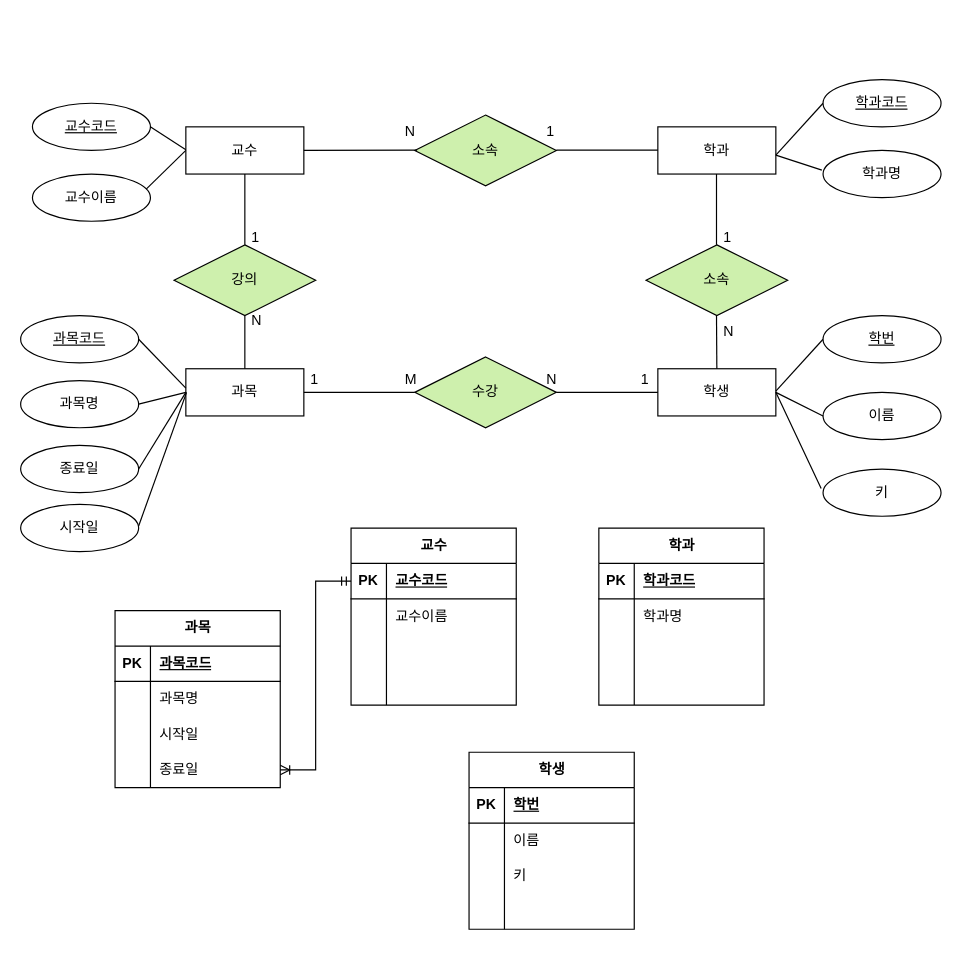
This is page "페이지-2" (2 of 2) of product.drawio from Jungkyuwonnn/bigdata, a draw.io file, before an edit. Source tidied: cells renumbered, new cells numbered last; positions are measured from the earlier drawing's top-left corner, leaving out a move shared by most shapes. Both pictures are drawn from the tidied source at 118%, with x=0, y=0 at pixel (20, 79).
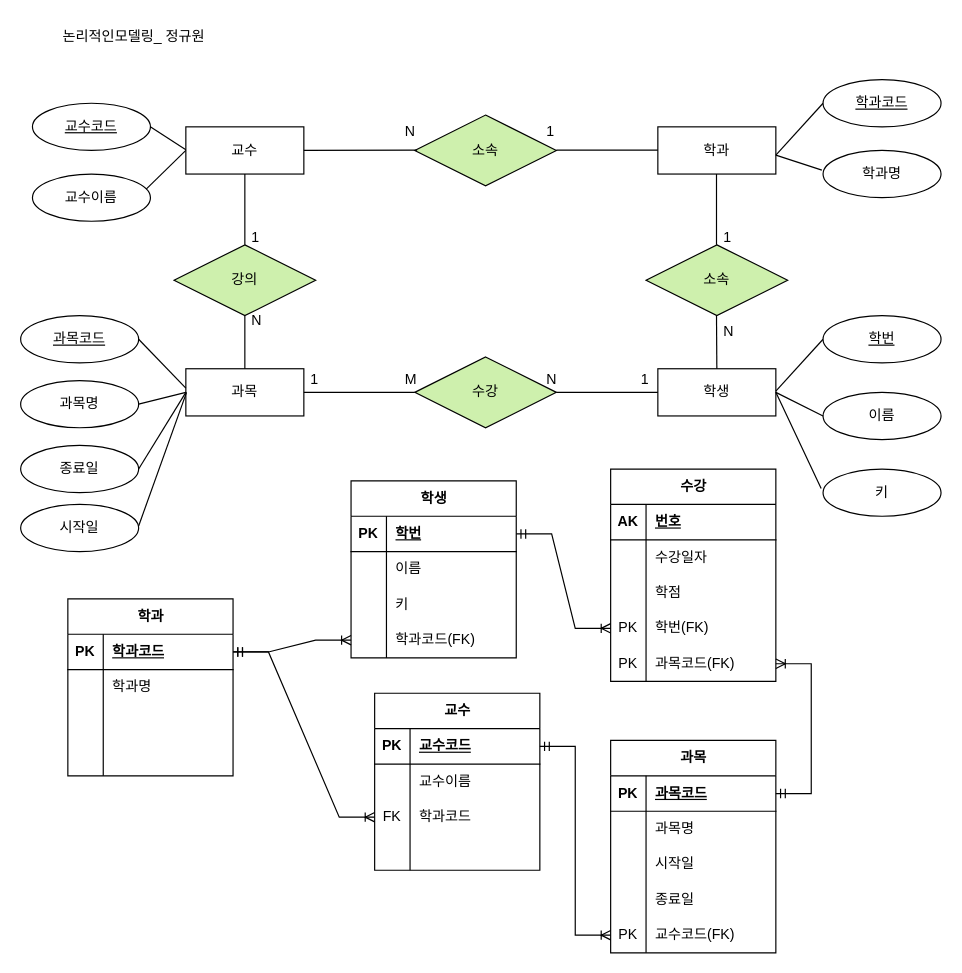
After the change.

Unchanged cells that the change refers to:
```xml
<mxCell id="51" style="shape=tableRow;horizontal=0;startSize=0;swimlaneHead=0;swimlaneBody=0;fillColor=none;points=[[0,0.5],[1,0.5]];portConstraint=eastwest;top=0;left=0;right=0;bottom=1;" parent="50" vertex="1">
  <mxGeometry y="30" width="140" height="30" as="geometry" />
</mxCell>
<mxCell id="57" style="shape=tableRow;horizontal=0;startSize=0;swimlaneHead=0;swimlaneBody=0;fillColor=none;points=[[0,0.5],[1,0.5]];portConstraint=eastwest;top=0;left=0;right=0;bottom=0;" parent="50" vertex="1">
  <mxGeometry y="90" width="140" height="30" as="geometry" />
</mxCell>
<mxCell id="64" style="shape=tableRow;horizontal=0;startSize=0;swimlaneHead=0;swimlaneBody=0;fillColor=none;points=[[0,0.5],[1,0.5]];portConstraint=eastwest;top=0;left=0;right=0;bottom=1;" parent="63" vertex="1">
  <mxGeometry y="30" width="140" height="30" as="geometry" />
</mxCell>
<mxCell id="77" style="shape=tableRow;horizontal=0;startSize=0;swimlaneHead=0;swimlaneBody=0;fillColor=none;points=[[0,0.5],[1,0.5]];portConstraint=eastwest;top=0;left=0;right=0;bottom=1;" parent="76" vertex="1">
  <mxGeometry y="30" width="140" height="30" as="geometry" />
</mxCell>
<mxCell id="86" style="shape=tableRow;horizontal=0;startSize=0;swimlaneHead=0;swimlaneBody=0;fillColor=none;points=[[0,0.5],[1,0.5]];portConstraint=eastwest;top=0;left=0;right=0;bottom=0;" parent="76" vertex="1">
  <mxGeometry y="120" width="140" height="30" as="geometry" />
</mxCell>
<mxCell id="90" style="shape=tableRow;horizontal=0;startSize=0;swimlaneHead=0;swimlaneBody=0;fillColor=none;points=[[0,0.5],[1,0.5]];portConstraint=eastwest;top=0;left=0;right=0;bottom=1;" parent="89" vertex="1">
  <mxGeometry y="30" width="140" height="30" as="geometry" />
</mxCell>
<mxCell id="99" style="shape=tableRow;horizontal=0;startSize=0;swimlaneHead=0;swimlaneBody=0;fillColor=none;points=[[0,0.5],[1,0.5]];portConstraint=eastwest;top=0;left=0;right=0;bottom=0;" parent="89" vertex="1">
  <mxGeometry y="120" width="140" height="30" as="geometry" />
</mxCell>
```

The edit, as a diff of the source:
```diff
@@
     <mxCell id="50" value="교수" style="shape=table;startSize=30;childLayout=tableLayout;rowLines=0;fontStyle=1;align=center;html=1;" parent="1" vertex="1">
-      <mxGeometry x="280" y="380" width="140" height="150" as="geometry" />
+      <mxGeometry x="300" y="520" width="140" height="150" as="geometry" />
     </mxCell>
@@
-    <mxCell id="58" style="shape=partialRectangle;fillColor=none;top=0;left=0;bottom=0;right=0;overflow=hidden;whiteSpace=wrap;html=1;" parent="57" vertex="1">
+    <mxCell id="58" value="FK" style="shape=partialRectangle;fillColor=none;top=0;left=0;bottom=0;right=0;overflow=hidden;whiteSpace=wrap;html=1;" parent="57" vertex="1">
       <mxGeometry width="30" height="30" as="geometry" />
     </mxCell>
-    <mxCell id="59" style="shape=partialRectangle;fillColor=none;top=0;left=0;bottom=0;right=0;align=left;spacingLeft=6;overflow=hidden;whiteSpace=wrap;html=1;" parent="57" vertex="1">
+    <mxCell id="59" value="학과코드" style="shape=partialRectangle;fillColor=none;top=0;left=0;bottom=0;right=0;align=left;spacingLeft=6;overflow=hidden;whiteSpace=wrap;html=1;" parent="57" vertex="1">
       <mxGeometry x="30" width="110" height="30" as="geometry" />
     </mxCell>
@@
     <mxCell id="63" value="학과" style="shape=table;startSize=30;childLayout=tableLayout;rowLines=0;fontStyle=1;align=center;html=1;" parent="1" vertex="1">
-      <mxGeometry x="490" y="380" width="140" height="150" as="geometry" />
+      <mxGeometry x="40" y="440" width="140" height="150" as="geometry" />
     </mxCell>
@@
     <mxCell id="76" value="과목" style="shape=table;startSize=30;childLayout=tableLayout;rowLines=0;fontStyle=1;align=center;html=1;" parent="1" vertex="1">
-      <mxGeometry x="80" y="450" width="140" height="150" as="geometry" />
+      <mxGeometry x="500" y="560" width="140" height="180" as="geometry" />
     </mxCell>
@@
+    <mxCell id="103" style="shape=tableRow;horizontal=0;startSize=0;swimlaneHead=0;swimlaneBody=0;fillColor=none;points=[[0,0.5],[1,0.5]];portConstraint=eastwest;top=0;left=0;right=0;bottom=0;" parent="76" vertex="1">
+      <mxGeometry y="150" width="140" height="30" as="geometry" />
+    </mxCell>
+    <mxCell id="104" value="PK" style="shape=partialRectangle;fillColor=none;top=0;left=0;bottom=0;right=0;overflow=hidden;whiteSpace=wrap;html=1;" parent="103" vertex="1">
+      <mxGeometry width="30" height="30" as="geometry" />
+    </mxCell>
+    <mxCell id="105" value="교수코드(FK)" style="shape=partialRectangle;fillColor=none;top=0;left=0;bottom=0;right=0;align=left;spacingLeft=6;overflow=hidden;whiteSpace=wrap;html=1;" parent="103" vertex="1">
+      <mxGeometry x="30" width="110" height="30" as="geometry" />
+    </mxCell>
     <mxCell id="89" value="학생" style="shape=table;startSize=30;childLayout=tableLayout;rowLines=0;fontStyle=1;align=center;html=1;" parent="1" vertex="1">
-      <mxGeometry x="380" y="570" width="140" height="150" as="geometry" />
+      <mxGeometry x="280" y="340" width="140" height="150" as="geometry" />
     </mxCell>
@@
-    <mxCell id="101" style="shape=partialRectangle;fillColor=none;top=0;left=0;bottom=0;right=0;align=left;spacingLeft=6;overflow=hidden;whiteSpace=wrap;html=1;" parent="99" vertex="1">
+    <mxCell id="101" value="학과코드(FK)" style="shape=partialRectangle;fillColor=none;top=0;left=0;bottom=0;right=0;align=left;spacingLeft=6;overflow=hidden;whiteSpace=wrap;html=1;" parent="99" vertex="1">
       <mxGeometry x="30" width="110" height="30" as="geometry" />
     </mxCell>
-    <mxCell id="102" style="edgeStyle=entityRelationEdgeStyle;fontSize=12;html=1;endArrow=ERoneToMany;startArrow=ERmandOne;rounded=0;entryX=1;entryY=0.5;entryDx=0;entryDy=0;exitX=0;exitY=0.5;exitDx=0;exitDy=0;" parent="1" edge="1" source="51" target="86">
+    <mxCell id="102" style="edgeStyle=entityRelationEdgeStyle;fontSize=12;html=1;endArrow=ERoneToMany;startArrow=ERmandOne;rounded=0;exitX=1;exitY=0.5;exitDx=0;exitDy=0;entryX=0;entryY=0.5;entryDx=0;entryDy=0;" parent="1" edge="1" source="51" target="103">
       <mxGeometry relative="1" as="geometry" />
     </mxCell>
+    <mxCell id="106" value="수강" style="shape=table;startSize=30;childLayout=tableLayout;rowLines=0;fontStyle=1;align=center;html=1;" parent="1" vertex="1">
+      <mxGeometry x="500" y="330" width="140" height="180" as="geometry" />
+    </mxCell>
+    <mxCell id="107" style="shape=tableRow;horizontal=0;startSize=0;swimlaneHead=0;swimlaneBody=0;fillColor=none;top=0;left=0;right=0;bottom=1;" parent="106" vertex="1">
+      <mxGeometry y="30" width="140" height="30" as="geometry" />
+    </mxCell>
+    <mxCell id="108" value="AK" style="shape=partialRectangle;fillColor=none;top=0;left=0;bottom=0;right=0;fontStyle=1;overflow=hidden;whiteSpace=wrap;html=1;" parent="107" vertex="1">
+      <mxGeometry width="30" height="30" as="geometry" />
+    </mxCell>
+    <mxCell id="109" value="번호" style="shape=partialRectangle;fillColor=none;top=0;left=0;bottom=0;right=0;align=left;spacingLeft=6;fontStyle=5;overflow=hidden;whiteSpace=wrap;html=1;" parent="107" vertex="1">
+      <mxGeometry x="30" width="110" height="30" as="geometry" />
+    </mxCell>
+    <mxCell id="110" style="shape=tableRow;horizontal=0;startSize=0;swimlaneHead=0;swimlaneBody=0;fillColor=none;top=0;left=0;right=0;bottom=0;" parent="106" vertex="1">
+      <mxGeometry y="60" width="140" height="30" as="geometry" />
+    </mxCell>
+    <mxCell id="111" style="shape=partialRectangle;fillColor=none;top=0;left=0;bottom=0;right=0;overflow=hidden;whiteSpace=wrap;html=1;" parent="110" vertex="1">
+      <mxGeometry width="30" height="30" as="geometry" />
+    </mxCell>
+    <mxCell id="112" value="수강일자" style="shape=partialRectangle;fillColor=none;top=0;left=0;bottom=0;right=0;align=left;spacingLeft=6;overflow=hidden;whiteSpace=wrap;html=1;" parent="110" vertex="1">
+      <mxGeometry x="30" width="110" height="30" as="geometry" />
+    </mxCell>
+    <mxCell id="113" style="shape=tableRow;horizontal=0;startSize=0;swimlaneHead=0;swimlaneBody=0;fillColor=none;top=0;left=0;right=0;bottom=0;" parent="106" vertex="1">
+      <mxGeometry y="90" width="140" height="30" as="geometry" />
+    </mxCell>
+    <mxCell id="114" style="shape=partialRectangle;fillColor=none;top=0;left=0;bottom=0;right=0;overflow=hidden;whiteSpace=wrap;html=1;" parent="113" vertex="1">
+      <mxGeometry width="30" height="30" as="geometry" />
+    </mxCell>
+    <mxCell id="115" value="학점" style="shape=partialRectangle;fillColor=none;top=0;left=0;bottom=0;right=0;align=left;spacingLeft=6;overflow=hidden;whiteSpace=wrap;html=1;" parent="113" vertex="1">
+      <mxGeometry x="30" width="110" height="30" as="geometry" />
+    </mxCell>
+    <mxCell id="116" style="shape=tableRow;horizontal=0;startSize=0;swimlaneHead=0;swimlaneBody=0;fillColor=none;points=[[0,0.5],[1,0.5]];portConstraint=eastwest;top=0;left=0;right=0;bottom=0;" parent="106" vertex="1">
+      <mxGeometry y="120" width="140" height="30" as="geometry" />
+    </mxCell>
+    <mxCell id="117" value="PK" style="shape=partialRectangle;fillColor=none;top=0;left=0;bottom=0;right=0;overflow=hidden;whiteSpace=wrap;html=1;" parent="116" vertex="1">
+      <mxGeometry width="30" height="30" as="geometry" />
+    </mxCell>
+    <mxCell id="118" value="학번(FK)" style="shape=partialRectangle;fillColor=none;top=0;left=0;bottom=0;right=0;align=left;spacingLeft=6;overflow=hidden;whiteSpace=wrap;html=1;" parent="116" vertex="1">
+      <mxGeometry x="30" width="110" height="30" as="geometry" />
+    </mxCell>
+    <mxCell id="119" style="shape=tableRow;horizontal=0;startSize=0;swimlaneHead=0;swimlaneBody=0;fillColor=none;points=[[0,0.5],[1,0.5]];portConstraint=eastwest;top=0;left=0;right=0;bottom=0;" parent="106" vertex="1">
+      <mxGeometry y="150" width="140" height="30" as="geometry" />
+    </mxCell>
+    <mxCell id="120" value="PK" style="shape=partialRectangle;fillColor=none;top=0;left=0;bottom=0;right=0;overflow=hidden;whiteSpace=wrap;html=1;" parent="119" vertex="1">
+      <mxGeometry width="30" height="30" as="geometry" />
+    </mxCell>
+    <mxCell id="121" value="과목코드(FK)" style="shape=partialRectangle;fillColor=none;top=0;left=0;bottom=0;right=0;align=left;spacingLeft=6;overflow=hidden;whiteSpace=wrap;html=1;" parent="119" vertex="1">
+      <mxGeometry x="30" width="110" height="30" as="geometry" />
+    </mxCell>
+    <mxCell id="122" style="edgeStyle=entityRelationEdgeStyle;fontSize=12;html=1;endArrow=ERoneToMany;startArrow=ERmandOne;rounded=0;entryX=0;entryY=0.5;entryDx=0;entryDy=0;" parent="1" edge="1" source="64" target="99">
+      <mxGeometry relative="1" as="geometry" />
+    </mxCell>
+    <mxCell id="123" style="edgeStyle=entityRelationEdgeStyle;fontSize=12;html=1;endArrow=ERoneToMany;startArrow=ERmandOne;rounded=0;entryX=0;entryY=0.5;entryDx=0;entryDy=0;exitX=1;exitY=0.5;exitDx=0;exitDy=0;" parent="1" edge="1" source="64" target="57">
+      <mxGeometry relative="1" as="geometry" />
+    </mxCell>
+    <mxCell id="124" style="edgeStyle=entityRelationEdgeStyle;fontSize=12;html=1;endArrow=ERoneToMany;startArrow=ERmandOne;rounded=0;entryX=1;entryY=0.5;entryDx=0;entryDy=0;exitX=1;exitY=0.5;exitDx=0;exitDy=0;" parent="1" edge="1" source="77" target="119">
+      <mxGeometry relative="1" as="geometry" />
+    </mxCell>
+    <mxCell id="125" style="edgeStyle=entityRelationEdgeStyle;fontSize=12;html=1;endArrow=ERoneToMany;startArrow=ERmandOne;rounded=0;entryX=0;entryY=0.5;entryDx=0;entryDy=0;exitX=1;exitY=0.5;exitDx=0;exitDy=0;" parent="1" edge="1" source="90" target="116">
+      <mxGeometry relative="1" as="geometry" />
+    </mxCell>
+    <mxCell id="126" value="논리적인모델링_ 정규원" style="text;strokeColor=none;fillColor=none;spacingLeft=4;spacingRight=4;overflow=hidden;fontSize=12;whiteSpace=wrap;html=1;" parent="1" vertex="1">
+      <mxGeometry x="30" y="-50" width="290" height="30" as="geometry" />
+    </mxCell>
```
